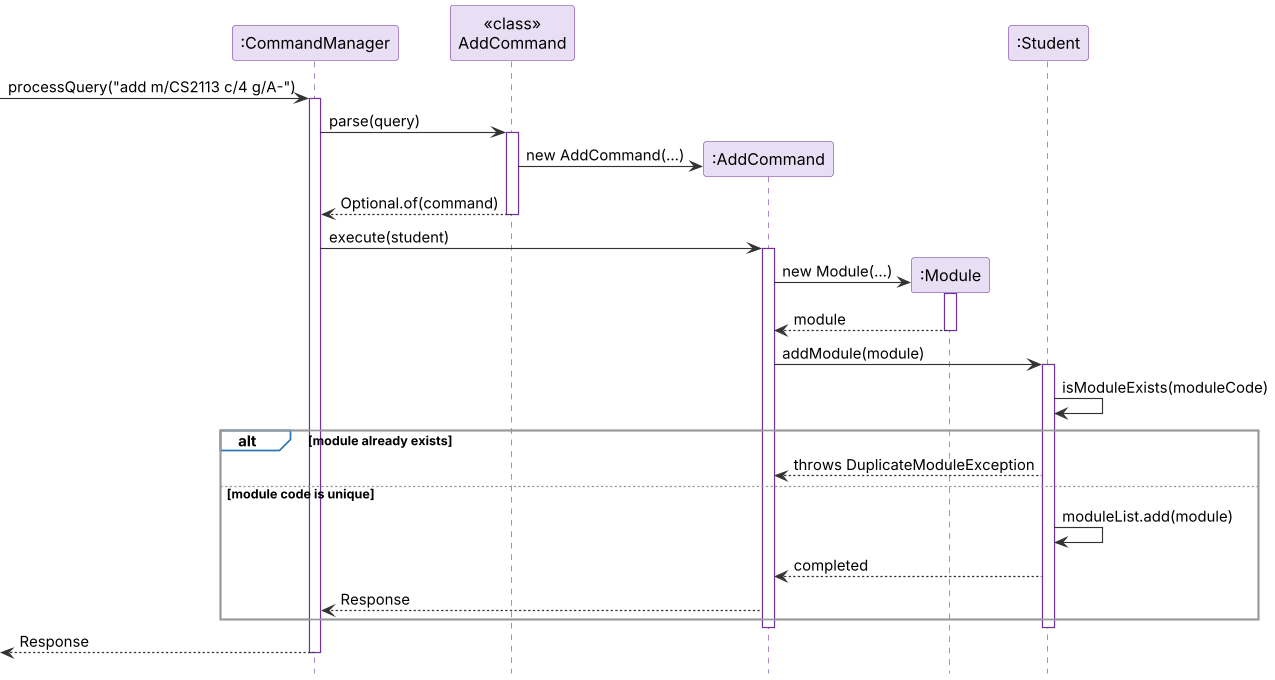
Before: docs/images/AddModuleSequence.png, a diagram exported from PlantUML (AY2627S1-CS2113-T11-2/tp).
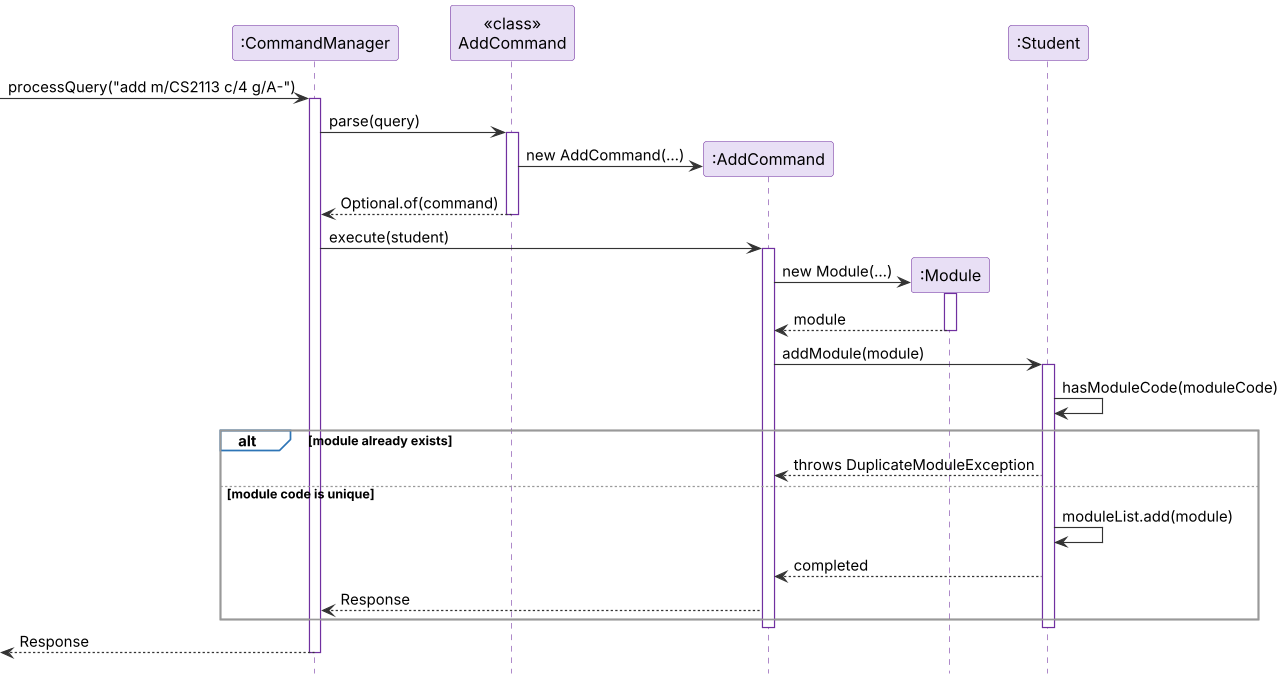
After the change.

The edit, as a diff of the source:
```diff
@@ -23,7 +23,7 @@
 deactivate M
 A -> S : addModule(module)
 activate S
-S -> S : isModuleExists(moduleCode)
+S -> S : hasModuleCode(moduleCode)
 alt module already exists
   S --> A : throws DuplicateModuleException
 else module code is unique
```
